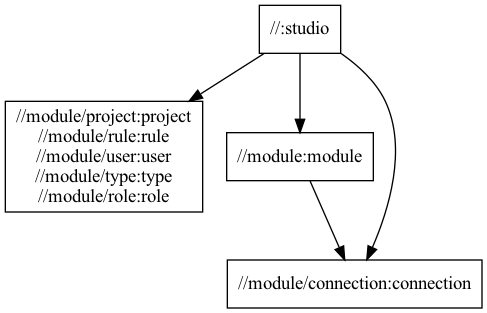
Earlier version of the Graphviz export docs/module-package-structure.png (typedb/typedb-studio). Its source is kept beside it as docs/module-package-structure.dot.
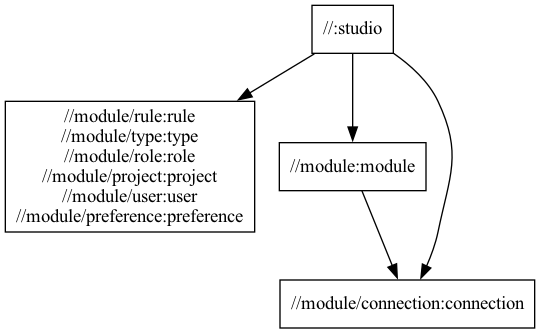
Above is the later version.

What changed in the source:
```diff
@@ -1,11 +1,11 @@
 digraph mygraph {
   node [shape=box];
   "//:studio"
-  "//:studio" -> "//module/project:project\n//module/rule:rule\n//module/user:user\n//module/type:type\n//module/role:role"
+  "//:studio" -> "//module/rule:rule\n//module/type:type\n//module/role:role\n//module/project:project\n//module/user:user\n//module/preference:preference"
   "//:studio" -> "//module:module"
   "//:studio" -> "//module/connection:connection"
-  "//module/project:project\n//module/rule:rule\n//module/user:user\n//module/type:type\n//module/role:role"
   "//module:module"
   "//module:module" -> "//module/connection:connection"
   "//module/connection:connection"
+  "//module/rule:rule\n//module/type:type\n//module/role:role\n//module/project:project\n//module/user:user\n//module/preference:preference"
 }
```
